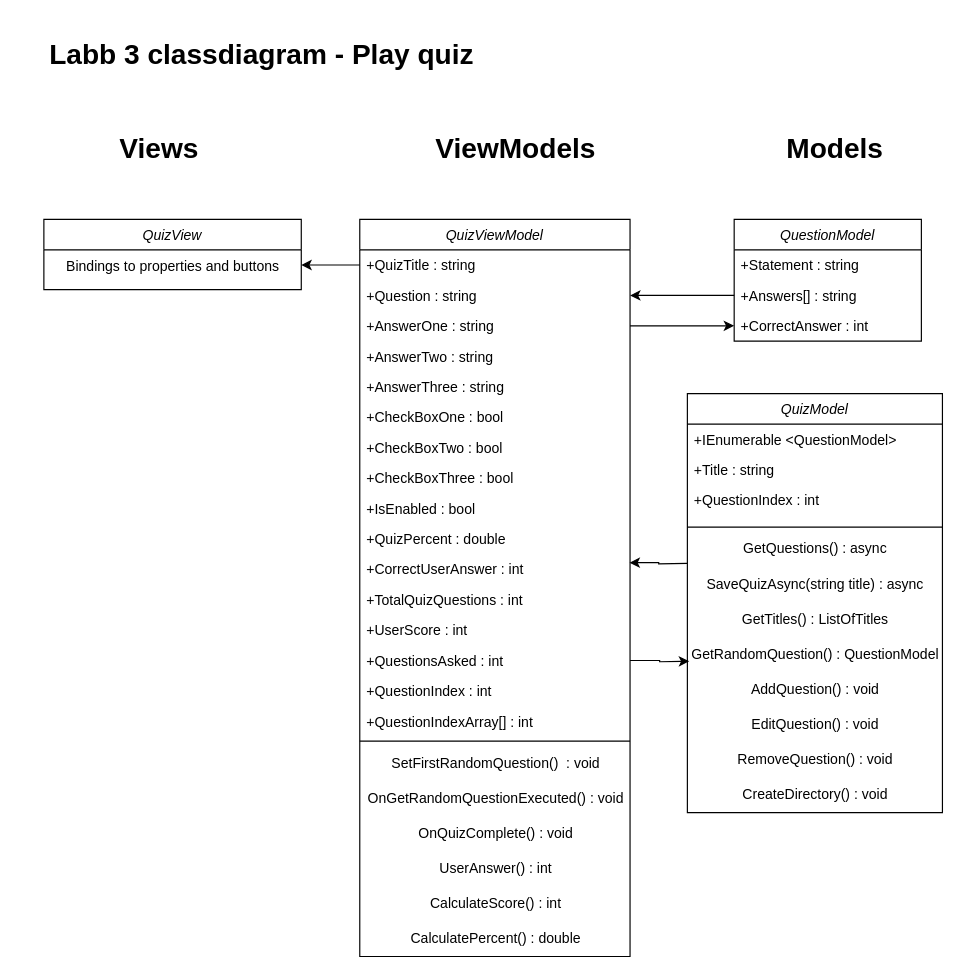
MagSandberg/Labb3-Ressurrection keeps this draw.io diagram as Namnlöst diagram.drawio. Above is the earlier version. Source tidied: cells renumbered, new cells numbered last; positions are measured from the earlier drawing's top-left corner, leaving out a move shared by most shapes. Both pictures are drawn from the tidied source at 117%, with x=0, y=0 at pixel (43, 32).
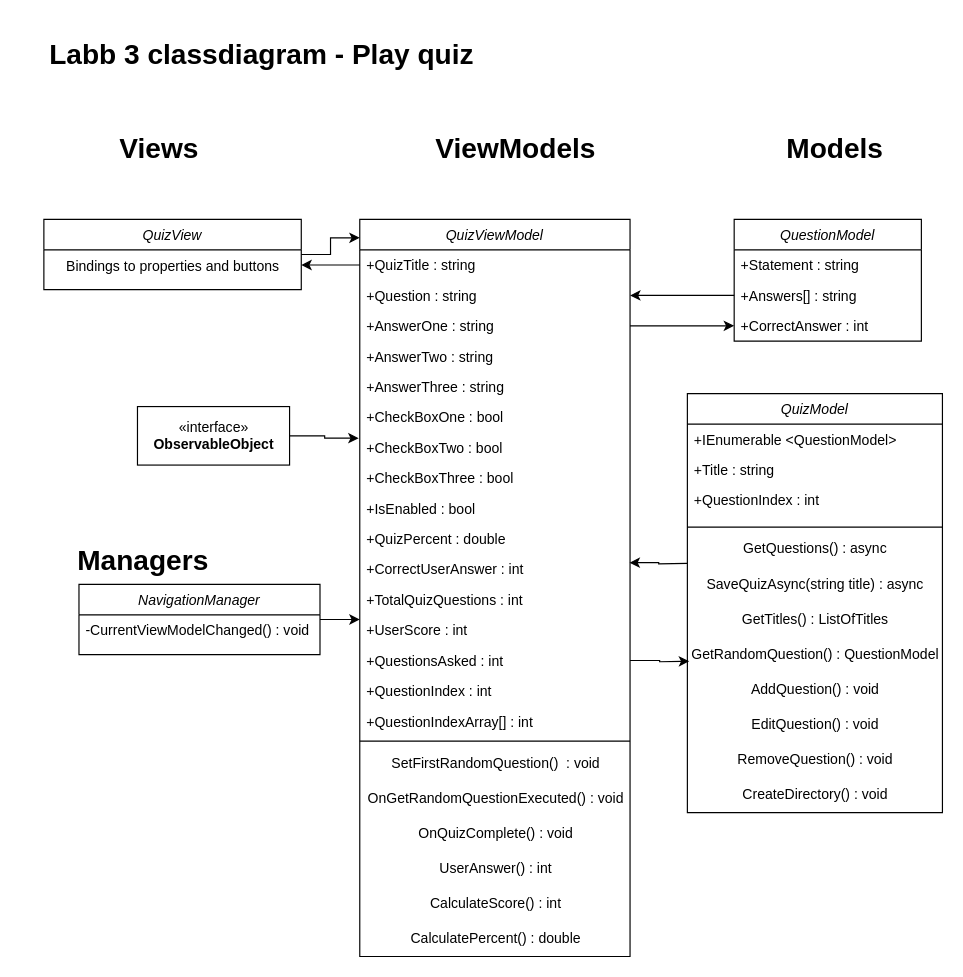
After the change.

Unchanged cells that the change refers to:
```xml
<mxCell id="11" value="QuizViewModel" style="swimlane;fontStyle=2;align=center;verticalAlign=top;horizontal=1;startSize=26;rounded=0;shadow=0;strokeWidth=1;" parent="1" vertex="1">
  <mxGeometry x="270" y="160" width="231" height="630" as="geometry" />
</mxCell>
<mxCell id="18" value="+CheckBoxTwo : bool" style="text;align=left;verticalAlign=top;spacingLeft=4;spacingRight=4;overflow=hidden;points=[[0,0.5],[1,0.5]];portConstraint=eastwest;rounded=0;shadow=0;html=0;" parent="11" vertex="1">
  <mxGeometry y="182" width="231" height="26" as="geometry" />
</mxCell>
<mxCell id="36" value="QuizView" style="swimlane;fontStyle=2;align=center;verticalAlign=top;horizontal=1;startSize=26;rounded=0;shadow=0;strokeWidth=1;" parent="1" vertex="1">
  <mxGeometry y="160" width="220" height="60" as="geometry" />
</mxCell>
```

Change to the diagram source:
```diff
@@
+    <mxCell id="54" style="edgeStyle=orthogonalEdgeStyle;rounded=0;jettySize=auto;html=1;entryX=0;entryY=0.025;entryDx=0;entryDy=0;entryPerimeter=0;" parent="1" edge="1" source="36" target="11">
+      <mxGeometry relative="1" as="geometry" />
+    </mxCell>
@@
+    <mxCell id="55" style="edgeStyle=orthogonalEdgeStyle;rounded=0;jettySize=auto;html=1;entryX=-0.004;entryY=0.192;entryDx=0;entryDy=0;entryPerimeter=0;" parent="1" edge="1" source="56" target="18">
+      <mxGeometry relative="1" as="geometry" />
+    </mxCell>
+    <mxCell id="56" value="«interface»&lt;br&gt;&lt;b&gt;ObservableObject&lt;/b&gt;" style="html=1;" parent="1" vertex="1">
+      <mxGeometry x="80" y="320" width="130" height="50" as="geometry" />
+    </mxCell>
+    <mxCell id="57" value="&lt;h1&gt;Managers&lt;/h1&gt;" style="text;html=1;strokeColor=none;fillColor=none;spacing=5;spacingTop=-20;whiteSpace=wrap;overflow=hidden;rounded=0;align=center;" parent="1" vertex="1">
+      <mxGeometry x="-20" y="432" width="210" height="40" as="geometry" />
+    </mxCell>
+    <mxCell id="58" style="edgeStyle=orthogonalEdgeStyle;rounded=0;jettySize=auto;html=1;" parent="1" edge="1" source="59">
+      <mxGeometry relative="1" as="geometry">
+        <mxPoint x="270" y="502" as="targetPoint" />
+      </mxGeometry>
+    </mxCell>
+    <mxCell id="59" value="NavigationManager" style="swimlane;fontStyle=2;align=center;verticalAlign=top;horizontal=1;startSize=26;rounded=0;shadow=0;strokeWidth=1;" parent="1" vertex="1">
+      <mxGeometry x="30" y="472" width="206" height="60" as="geometry" />
+    </mxCell>
+    <mxCell id="60" value="-CurrentViewModelChanged() : void" style="text;align=left;verticalAlign=top;spacingLeft=4;spacingRight=4;overflow=hidden;" parent="59" vertex="1">
+      <mxGeometry y="26" width="206" height="26" as="geometry" />
+    </mxCell>
```
